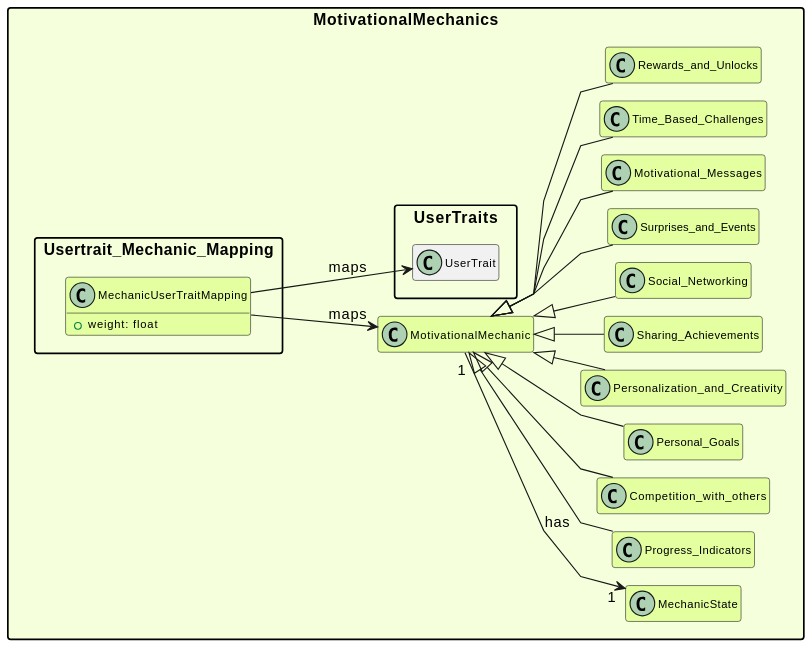
This is out/UML/motivational_mechanics/motivational_mechanics.svg from Maks-stack/ontology, a PlantUML export, as it was before one commit.
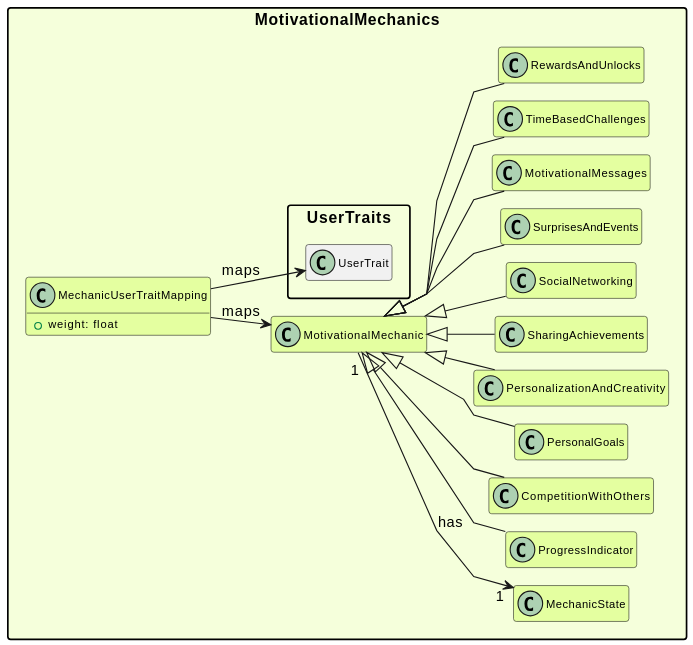
The same diagram one commit later.

Diff of the diagram source:
```diff
@@ -27,45 +27,43 @@
 
   class MechanicState mechanicsFront
 
-  class Progress_Indicators mechanicsFront extends MotivationalMechanic
+  class ProgressIndicator mechanicsFront extends MotivationalMechanic
 
-  class Competition_with_others mechanicsFront extends MotivationalMechanic
-  hide Competition_with_others members
+  class CompetitionWithOthers mechanicsFront extends MotivationalMechanic
+  hide CompetitionWithOthers members
 
-  class Personal_Goals mechanicsFront extends MotivationalMechanic
-  hide Personal_Goals members
+  class PersonalGoals mechanicsFront extends MotivationalMechanic
+  hide PersonalGoals members
 
-  class Personalization_and_Creativity mechanicsFront extends MotivationalMechanic
-  hide Personalization_and_Creativity members
+  class PersonalizationAndCreativity mechanicsFront extends MotivationalMechanic
+  hide PersonalizationAndCreativity members
 
-  class Sharing_Achievements mechanicsFront extends MotivationalMechanic
-  hide Sharing_Achievements members
+  class SharingAchievements mechanicsFront extends MotivationalMechanic
+  hide SharingAchievements members
 
-  class Social_Networking mechanicsFront extends MotivationalMechanic
-  hide Social_Networking members
+  class SocialNetworking mechanicsFront extends MotivationalMechanic
+  hide SocialNetworking members
 
-  class Surprises_and_Events mechanicsFront extends MotivationalMechanic
-  hide Surprises_and_Events members
+  class SurprisesAndEvents mechanicsFront extends MotivationalMechanic
+  hide SurprisesAndEvents members
 
-  class Motivational_Messages mechanicsFront extends MotivationalMechanic
-  hide Motivational_Messages members
+  class MotivationalMessages mechanicsFront extends MotivationalMechanic
+  hide MotivationalMessages members
 
-  class Time_Based_Challenges mechanicsFront extends MotivationalMechanic
-  hide Time_Based_Challenges members
+  class TimeBasedChallenges mechanicsFront extends MotivationalMechanic
+  hide TimeBasedChallenges members
 
-  class Rewards_and_Unlocks mechanicsFront extends MotivationalMechanic
-  hide Rewards_and_Unlocks members
+  class RewardsAndUnlocks mechanicsFront extends MotivationalMechanic
+  hide RewardsAndUnlocks members
 
-  package Usertrait_Mechanic_Mapping mechanicsBack {
-    class MechanicUserTraitMapping mechanicsFront {
-      +weight: float
-    }
+  class MechanicUserTraitMapping mechanicsFront {
+    +weight: float
   }
 
-  Usertrait_Mechanic_Mapping.MechanicUserTraitMapping --> MotivationalMechanics.MotivationalMechanic : maps
+  MechanicUserTraitMapping --> MotivationalMechanics.MotivationalMechanic : maps
 
   !if ($renderMode != "master")
-  Usertrait_Mechanic_Mapping.MechanicUserTraitMapping --> UserTraits.UserTrait : maps
+  MechanicUserTraitMapping --> UserTraits.UserTrait : maps
   !endif
 
   MotivationalMechanic "1" --> "1" MechanicState : has
```
